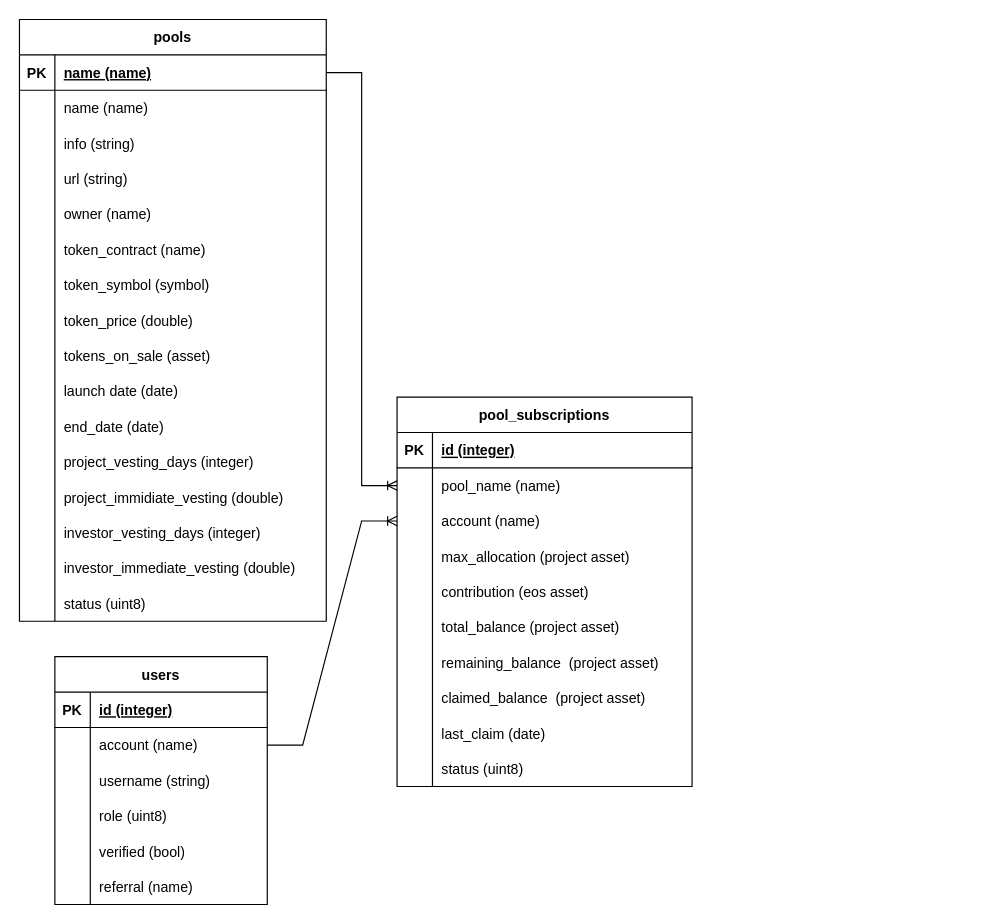
Earlier version of the draw.io diagram page "Page-1" (1 of 2) of docs/data-model.drawio (eostarter/eostarter.sale-smart-contract). Source tidied: cells renumbered, new cells numbered last; positions are measured from the earlier drawing's top-left corner, leaving out a move shared by most shapes. Both pictures are drawn from the tidied source at 118%, with x=0, y=0 at pixel (19, 19).
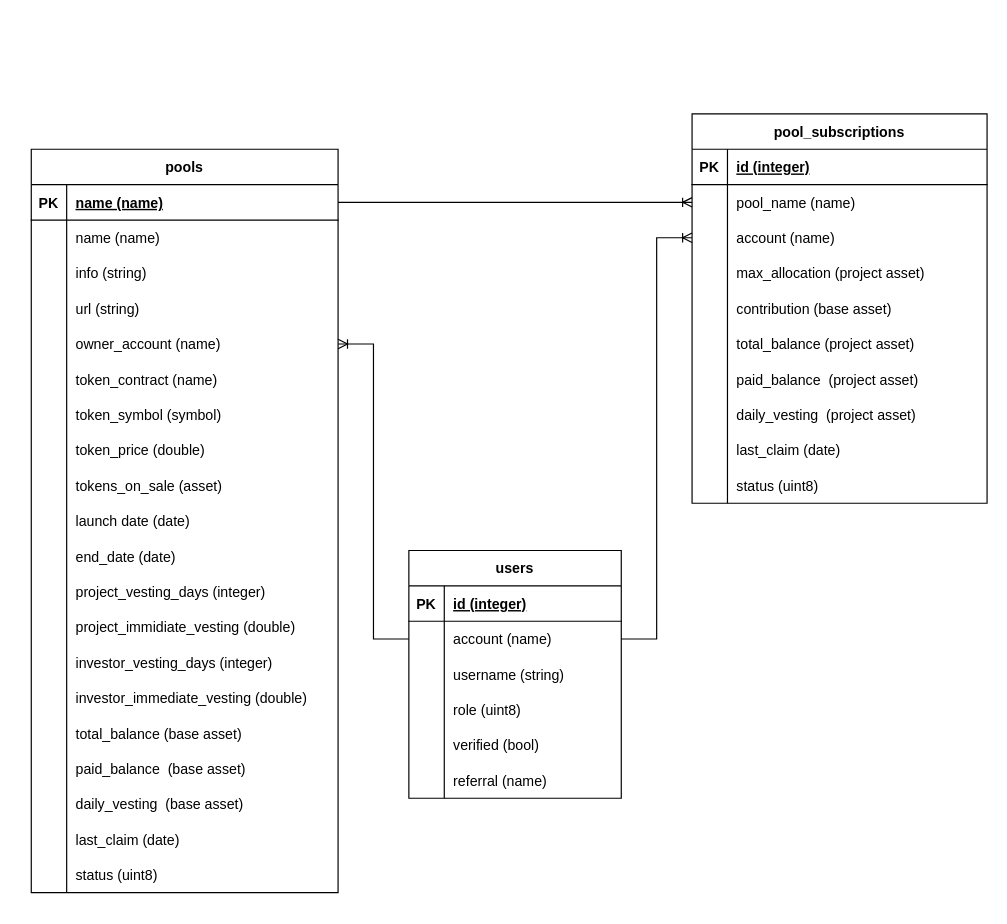
The same page after the edit.

Commit message (it also covers changes not shown here):
feat: implement daily vesting for owner and investor

Unchanged cells that the change refers to:
```xml
<mxCell id="15" style="shape=partialRectangle;fillColor=none;top=0;left=0;bottom=0;right=0;points=[[0,0.5],[1,0.5]];portConstraint=eastwest;" parent="2" vertex="1">
  <mxGeometry y="150" width="260" height="30" as="geometry" />
</mxCell>
<mxCell id="64" style="shape=partialRectangle;fillColor=none;top=0;left=0;bottom=0;right=0;" parent="51" vertex="1">
  <mxGeometry y="150" width="250" height="30" as="geometry" />
</mxCell>
<mxCell id="87" style="shape=partialRectangle;fillColor=none;top=0;left=0;bottom=0;right=0;points=[[0,0.5],[1,0.5]];portConstraint=eastwest;" parent="83" vertex="1">
  <mxGeometry y="60" width="180" height="30" as="geometry" />
</mxCell>
```

Diff of the diagram source:
```diff
@@
     <mxCell id="2" value="pools" style="shape=table;startSize=30;childLayout=tableLayout;rowLines=0;fontStyle=1;align=center;" parent="1" vertex="1">
-      <mxGeometry width="260" height="510" as="geometry" />
+      <mxGeometry x="10" y="110" width="260" height="630" as="geometry" />
     </mxCell>
@@
-    <mxCell id="17" value="owner (name)" style="shape=partialRectangle;fillColor=none;top=0;left=0;bottom=0;right=0;align=left;spacingLeft=6;overflow=hidden;" parent="15" vertex="1">
+    <mxCell id="17" value="owner_account (name)" style="shape=partialRectangle;fillColor=none;top=0;left=0;bottom=0;right=0;align=left;spacingLeft=6;overflow=hidden;" parent="15" vertex="1">
       <mxGeometry x="30" width="230" height="30" as="geometry" />
     </mxCell>
@@
+    <mxCell id="103" style="shape=partialRectangle;fillColor=none;top=0;left=0;bottom=0;right=0;" parent="2" vertex="1">
+      <mxGeometry y="480" width="260" height="30" as="geometry" />
+    </mxCell>
+    <mxCell id="104" style="shape=partialRectangle;fillColor=none;top=0;left=0;bottom=0;right=0;overflow=hidden;" parent="103" vertex="1">
+      <mxGeometry width="30" height="30" as="geometry" />
+    </mxCell>
+    <mxCell id="105" value="total_balance (base asset)" style="shape=partialRectangle;fillColor=none;top=0;left=0;bottom=0;right=0;align=left;spacingLeft=6;overflow=hidden;" parent="103" vertex="1">
+      <mxGeometry x="30" width="230" height="30" as="geometry" />
+    </mxCell>
+    <mxCell id="106" style="shape=partialRectangle;fillColor=none;top=0;left=0;bottom=0;right=0;" parent="2" vertex="1">
+      <mxGeometry y="510" width="260" height="30" as="geometry" />
+    </mxCell>
+    <mxCell id="107" style="shape=partialRectangle;fillColor=none;top=0;left=0;bottom=0;right=0;overflow=hidden;" parent="106" vertex="1">
+      <mxGeometry width="30" height="30" as="geometry" />
+    </mxCell>
+    <mxCell id="108" value="paid_balance  (base asset)" style="shape=partialRectangle;fillColor=none;top=0;left=0;bottom=0;right=0;align=left;spacingLeft=6;overflow=hidden;" parent="106" vertex="1">
+      <mxGeometry x="30" width="230" height="30" as="geometry" />
+    </mxCell>
+    <mxCell id="109" style="shape=partialRectangle;fillColor=none;top=0;left=0;bottom=0;right=0;" parent="2" vertex="1">
+      <mxGeometry y="540" width="260" height="30" as="geometry" />
+    </mxCell>
+    <mxCell id="110" style="shape=partialRectangle;fillColor=none;top=0;left=0;bottom=0;right=0;overflow=hidden;" parent="109" vertex="1">
+      <mxGeometry width="30" height="30" as="geometry" />
+    </mxCell>
+    <mxCell id="111" value="daily_vesting  (base asset)" style="shape=partialRectangle;fillColor=none;top=0;left=0;bottom=0;right=0;align=left;spacingLeft=6;overflow=hidden;" parent="109" vertex="1">
+      <mxGeometry x="30" width="230" height="30" as="geometry" />
+    </mxCell>
+    <mxCell id="112" style="shape=partialRectangle;fillColor=none;top=0;left=0;bottom=0;right=0;" parent="2" vertex="1">
+      <mxGeometry y="570" width="260" height="30" as="geometry" />
+    </mxCell>
+    <mxCell id="113" style="shape=partialRectangle;fillColor=none;top=0;left=0;bottom=0;right=0;overflow=hidden;" parent="112" vertex="1">
+      <mxGeometry width="30" height="30" as="geometry" />
+    </mxCell>
+    <mxCell id="114" value="last_claim (date)" style="shape=partialRectangle;fillColor=none;top=0;left=0;bottom=0;right=0;align=left;spacingLeft=6;overflow=hidden;" parent="112" vertex="1">
+      <mxGeometry x="30" width="230" height="30" as="geometry" />
+    </mxCell>
     <mxCell id="48" style="shape=partialRectangle;fillColor=none;top=0;left=0;bottom=0;right=0;" parent="2" vertex="1">
-      <mxGeometry y="480" width="260" height="30" as="geometry" />
+      <mxGeometry y="600" width="260" height="30" as="geometry" />
     </mxCell>
@@
     <mxCell id="51" value="pool_subscriptions" style="shape=table;startSize=30;childLayout=tableLayout;rowLines=0;fontStyle=1;align=center;" parent="1" vertex="1">
-      <mxGeometry x="320" y="320" width="250" height="330" as="geometry" />
+      <mxGeometry x="570" y="80" width="250" height="330" as="geometry" />
     </mxCell>
@@
-    <mxCell id="66" value="contribution (eos asset)" style="shape=partialRectangle;fillColor=none;top=0;left=0;bottom=0;right=0;align=left;spacingLeft=6;overflow=hidden;" parent="64" vertex="1">
+    <mxCell id="66" value="contribution (base asset)" style="shape=partialRectangle;fillColor=none;top=0;left=0;bottom=0;right=0;align=left;spacingLeft=6;overflow=hidden;" parent="64" vertex="1">
       <mxGeometry x="30" width="220" height="30" as="geometry" />
     </mxCell>
@@
-    <mxCell id="70" style="shape=partialRectangle;fillColor=none;top=0;left=0;bottom=0;right=0;" parent="51" vertex="1">
-      <mxGeometry y="210" width="250" height="30" as="geometry" />
-    </mxCell>
-    <mxCell id="71" style="shape=partialRectangle;fillColor=none;top=0;left=0;bottom=0;right=0;overflow=hidden;" parent="70" vertex="1">
-      <mxGeometry width="30" height="30" as="geometry" />
-    </mxCell>
-    <mxCell id="72" value="remaining_balance  (project asset)" style="shape=partialRectangle;fillColor=none;top=0;left=0;bottom=0;right=0;align=left;spacingLeft=6;overflow=hidden;" parent="70" vertex="1">
-      <mxGeometry x="30" width="220" height="30" as="geometry" />
-    </mxCell>
     <mxCell id="73" style="shape=partialRectangle;fillColor=none;top=0;left=0;bottom=0;right=0;" parent="51" vertex="1">
-      <mxGeometry y="240" width="250" height="30" as="geometry" />
+      <mxGeometry y="210" width="250" height="30" as="geometry" />
     </mxCell>
@@
-    <mxCell id="75" value="claimed_balance  (project asset)" style="shape=partialRectangle;fillColor=none;top=0;left=0;bottom=0;right=0;align=left;spacingLeft=6;overflow=hidden;" parent="73" vertex="1">
+    <mxCell id="75" value="paid_balance  (project asset)" style="shape=partialRectangle;fillColor=none;top=0;left=0;bottom=0;right=0;align=left;spacingLeft=6;overflow=hidden;" parent="73" vertex="1">
       <mxGeometry x="30" width="220" height="30" as="geometry" />
     </mxCell>
+    <mxCell id="115" style="shape=partialRectangle;fillColor=none;top=0;left=0;bottom=0;right=0;" parent="51" vertex="1">
+      <mxGeometry y="240" width="250" height="30" as="geometry" />
+    </mxCell>
+    <mxCell id="116" style="shape=partialRectangle;fillColor=none;top=0;left=0;bottom=0;right=0;overflow=hidden;" parent="115" vertex="1">
+      <mxGeometry width="30" height="30" as="geometry" />
+    </mxCell>
+    <mxCell id="117" value="daily_vesting  (project asset)" style="shape=partialRectangle;fillColor=none;top=0;left=0;bottom=0;right=0;align=left;spacingLeft=6;overflow=hidden;" parent="115" vertex="1">
+      <mxGeometry x="30" width="220" height="30" as="geometry" />
+    </mxCell>
@@
     <mxCell id="83" value="users" style="shape=table;startSize=30;childLayout=tableLayout;rowLines=0;fontStyle=1;align=center;" parent="1" vertex="1">
-      <mxGeometry x="30" y="540" width="180" height="210" as="geometry" />
+      <mxGeometry x="330" y="450" width="180" height="210" as="geometry" />
     </mxCell>
@@
+    <mxCell id="118" style="edgeStyle=entityRelationEdgeStyle;fontSize=12;html=1;endArrow=ERoneToMany;rounded=0;" parent="1" edge="1" source="87" target="15">
+      <mxGeometry relative="1" as="geometry" />
+    </mxCell>
```
